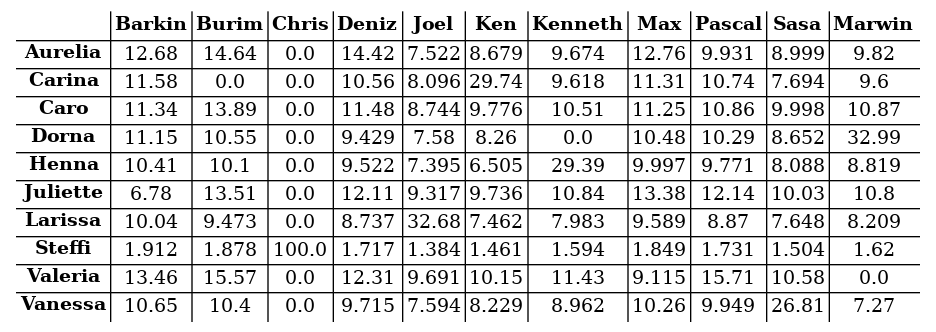
The Graphviz diagram s04/s04_tab.png in atticus-sullivan/sim-ayto, before a commit. Its source is kept beside it as s04/s04_tab.dot.
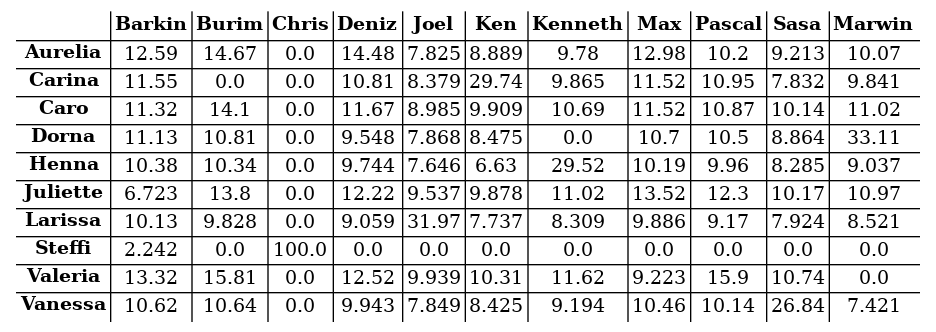
The same diagram one commit later.

What changed in the source:
```diff
@@ -15,134 +15,134 @@
 <td><B>Marwin</B></td>
 </tr>
 <tr><td><B>Aurelia</B></td>
-<td><font color="black">12.68</font></td>
-<td><font color="black">14.64</font></td>
+<td><font color="black">12.59</font></td>
+<td><font color="black">14.67</font></td>
 <td><font color="black">0.0</font></td>
-<td><font color="black">14.42</font></td>
-<td><font color="black">7.522</font></td>
-<td><font color="black">8.679</font></td>
-<td><font color="black">9.674</font></td>
-<td><font color="black">12.76</font></td>
-<td><font color="black">9.931</font></td>
-<td><font color="black">8.999</font></td>
-<td><font color="black">9.82</font></td>
+<td><font color="black">14.48</font></td>
+<td><font color="black">7.825</font></td>
+<td><font color="black">8.889</font></td>
+<td><font color="black">9.78</font></td>
+<td><font color="black">12.98</font></td>
+<td><font color="black">10.2</font></td>
+<td><font color="black">9.213</font></td>
+<td><font color="black">10.07</font></td>
 </tr>
 <tr><td><B>Carina</B></td>
-<td><font color="black">11.58</font></td>
+<td><font color="black">11.55</font></td>
 <td><font color="black">0.0</font></td>
 <td><font color="black">0.0</font></td>
-<td><font color="black">10.56</font></td>
-<td><font color="black">8.096</font></td>
+<td><font color="black">10.81</font></td>
+<td><font color="black">8.379</font></td>
 <td><font color="black">29.74</font></td>
-<td><font color="black">9.618</font></td>
-<td><font color="black">11.31</font></td>
-<td><font color="black">10.74</font></td>
-<td><font color="black">7.694</font></td>
-<td><font color="black">9.6</font></td>
+<td><font color="black">9.865</font></td>
+<td><font color="black">11.52</font></td>
+<td><font color="black">10.95</font></td>
+<td><font color="black">7.832</font></td>
+<td><font color="black">9.841</font></td>
 </tr>
 <tr><td><B>Caro</B></td>
-<td><font color="black">11.34</font></td>
-<td><font color="black">13.89</font></td>
+<td><font color="black">11.32</font></td>
+<td><font color="black">14.1</font></td>
 <td><font color="black">0.0</font></td>
-<td><font color="black">11.48</font></td>
-<td><font color="black">8.744</font></td>
-<td><font color="black">9.776</font></td>
-<td><font color="black">10.51</font></td>
-<td><font color="black">11.25</font></td>
-<td><font color="black">10.86</font></td>
-<td><font color="black">9.998</font></td>
+<td><font color="black">11.67</font></td>
+<td><font color="black">8.985</font></td>
+<td><font color="black">9.909</font></td>
+<td><font color="black">10.69</font></td>
+<td><font color="black">11.52</font></td>
 <td><font color="black">10.87</font></td>
+<td><font color="black">10.14</font></td>
+<td><font color="black">11.02</font></td>
 </tr>
 <tr><td><B>Dorna</B></td>
-<td><font color="black">11.15</font></td>
-<td><font color="black">10.55</font></td>
+<td><font color="black">11.13</font></td>
+<td><font color="black">10.81</font></td>
 <td><font color="black">0.0</font></td>
-<td><font color="black">9.429</font></td>
-<td><font color="black">7.58</font></td>
-<td><font color="black">8.26</font></td>
+<td><font color="black">9.548</font></td>
+<td><font color="black">7.868</font></td>
+<td><font color="black">8.475</font></td>
 <td><font color="black">0.0</font></td>
-<td><font color="black">10.48</font></td>
-<td><font color="black">10.29</font></td>
-<td><font color="black">8.652</font></td>
-<td><font color="black">32.99</font></td>
+<td><font color="black">10.7</font></td>
+<td><font color="black">10.5</font></td>
+<td><font color="black">8.864</font></td>
+<td><font color="black">33.11</font></td>
 </tr>
 <tr><td><B>Henna</B></td>
-<td><font color="black">10.41</font></td>
-<td><font color="black">10.1</font></td>
+<td><font color="black">10.38</font></td>
+<td><font color="black">10.34</font></td>
 <td><font color="black">0.0</font></td>
-<td><font color="black">9.522</font></td>
-<td><font color="black">7.395</font></td>
-<td><font color="black">6.505</font></td>
-<td><font color="black">29.39</font></td>
-<td><font color="black">9.997</font></td>
-<td><font color="black">9.771</font></td>
-<td><font color="black">8.088</font></td>
-<td><font color="black">8.819</font></td>
+<td><font color="black">9.744</font></td>
+<td><font color="black">7.646</font></td>
+<td><font color="black">6.63</font></td>
+<td><font color="black">29.52</font></td>
+<td><font color="black">10.19</font></td>
+<td><font color="black">9.96</font></td>
+<td><font color="black">8.285</font></td>
+<td><font color="black">9.037</font></td>
 </tr>
 <tr><td><B>Juliette</B></td>
-<td><font color="black">6.78</font></td>
-<td><font color="black">13.51</font></td>
+<td><font color="black">6.723</font></td>
+<td><font color="black">13.8</font></td>
 <td><font color="black">0.0</font></td>
-<td><font color="black">12.11</font></td>
-<td><font color="black">9.317</font></td>
-<td><font color="black">9.736</font></td>
-<td><font color="black">10.84</font></td>
-<td><font color="black">13.38</font></td>
-<td><font color="black">12.14</font></td>
-<td><font color="black">10.03</font></td>
-<td><font color="black">10.8</font></td>
+<td><font color="black">12.22</font></td>
+<td><font color="black">9.537</font></td>
+<td><font color="black">9.878</font></td>
+<td><font color="black">11.02</font></td>
+<td><font color="black">13.52</font></td>
+<td><font color="black">12.3</font></td>
+<td><font color="black">10.17</font></td>
+<td><font color="black">10.97</font></td>
 </tr>
 <tr><td><B>Larissa</B></td>
-<td><font color="black">10.04</font></td>
-<td><font color="black">9.473</font></td>
+<td><font color="black">10.13</font></td>
+<td><font color="black">9.828</font></td>
 <td><font color="black">0.0</font></td>
-<td><font color="black">8.737</font></td>
-<td><font color="black">32.68</font></td>
-<td><font color="black">7.462</font></td>
-<td><font color="black">7.983</font></td>
-<td><font color="black">9.589</font></td>
-<td><font color="black">8.87</font></td>
-<td><font color="black">7.648</font></td>
-<td><font color="black">8.209</font></td>
+<td><font color="black">9.059</font></td>
+<td><font color="black">31.97</font></td>
+<td><font color="black">7.737</font></td>
+<td><font color="black">8.309</font></td>
+<td><font color="black">9.886</font></td>
+<td><font color="black">9.17</font></td>
+<td><font color="black">7.924</font></td>
+<td><font color="black">8.521</font></td>
 </tr>
 <tr><td><B>Steffi</B></td>
-<td><font color="black">1.912</font></td>
-<td><font color="black">1.878</font></td>
+<td><font color="black">2.242</font></td>
+<td><font color="black">0.0</font></td>
 <td><font color="black">100.0</font></td>
-<td><font color="black">1.717</font></td>
-<td><font color="black">1.384</font></td>
-<td><font color="black">1.461</font></td>
-<td><font color="black">1.594</font></td>
-<td><font color="black">1.849</font></td>
-<td><font color="black">1.731</font></td>
-<td><font color="black">1.504</font></td>
-<td><font color="black">1.62</font></td>
+<td><font color="black">0.0</font></td>
+<td><font color="black">0.0</font></td>
+<td><font color="black">0.0</font></td>
+<td><font color="black">0.0</font></td>
+<td><font color="black">0.0</font></td>
+<td><font color="black">0.0</font></td>
+<td><font color="black">0.0</font></td>
+<td><font color="black">0.0</font></td>
 </tr>
 <tr><td><B>Valeria</B></td>
-<td><font color="black">13.46</font></td>
-<td><font color="black">15.57</font></td>
+<td><font color="black">13.32</font></td>
+<td><font color="black">15.81</font></td>
 <td><font color="black">0.0</font></td>
-<td><font color="black">12.31</font></td>
-<td><font color="black">9.691</font></td>
-<td><font color="black">10.15</font></td>
-<td><font color="black">11.43</font></td>
-<td><font color="black">9.115</font></td>
-<td><font color="black">15.71</font></td>
-<td><font color="black">10.58</font></td>
+<td><font color="black">12.52</font></td>
+<td><font color="black">9.939</font></td>
+<td><font color="black">10.31</font></td>
+<td><font color="black">11.62</font></td>
+<td><font color="black">9.223</font></td>
+<td><font color="black">15.9</font></td>
+<td><font color="black">10.74</font></td>
 <td><font color="black">0.0</font></td>
 </tr>
 <tr><td><B>Vanessa</B></td>
-<td><font color="black">10.65</font></td>
-<td><font color="black">10.4</font></td>
+<td><font color="black">10.62</font></td>
+<td><font color="black">10.64</font></td>
 <td><font color="black">0.0</font></td>
-<td><font color="black">9.715</font></td>
-<td><font color="black">7.594</font></td>
-<td><font color="black">8.229</font></td>
-<td><font color="black">8.962</font></td>
-<td><font color="black">10.26</font></td>
-<td><font color="black">9.949</font></td>
-<td><font color="black">26.81</font></td>
-<td><font color="black">7.27</font></td>
+<td><font color="black">9.943</font></td>
+<td><font color="black">7.849</font></td>
+<td><font color="black">8.425</font></td>
+<td><font color="black">9.194</font></td>
+<td><font color="black">10.46</font></td>
+<td><font color="black">10.14</font></td>
+<td><font color="black">26.84</font></td>
+<td><font color="black">7.421</font></td>
 </tr>
 </table>
 >];}
```
